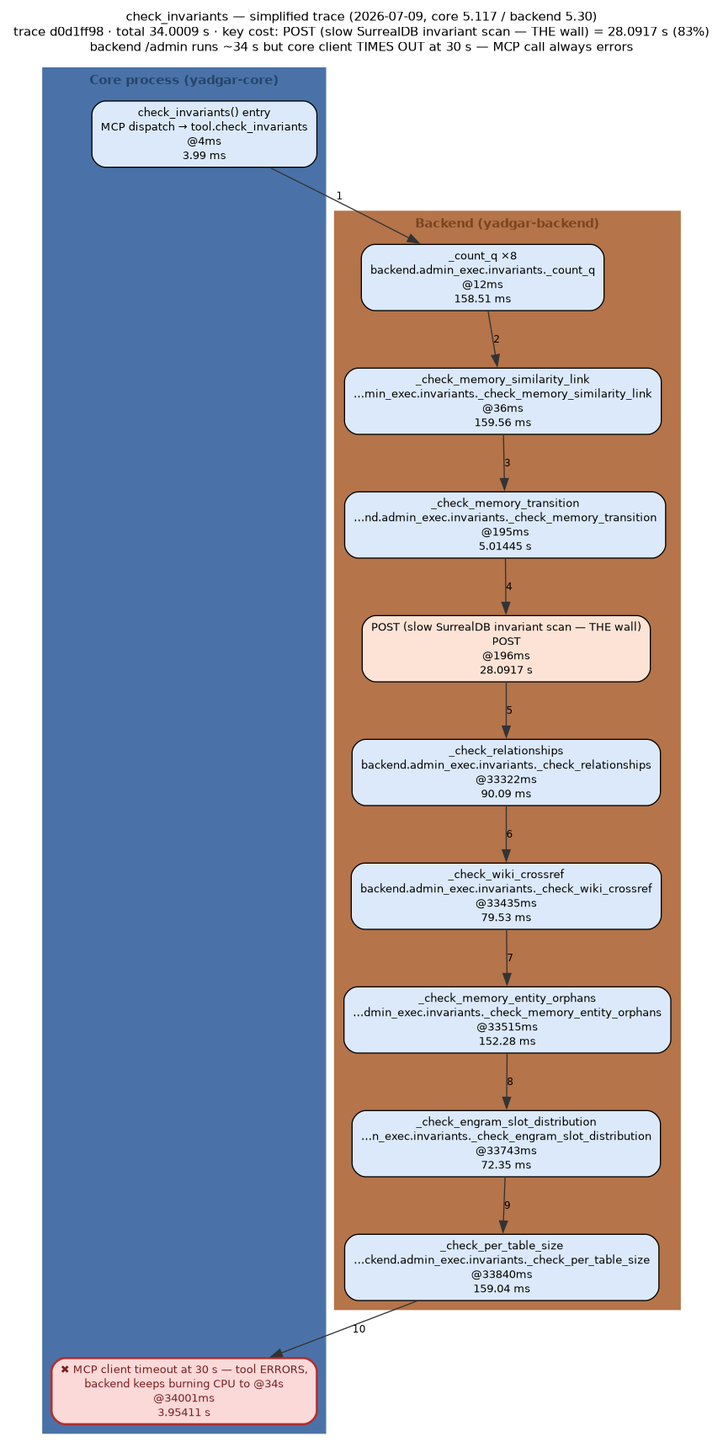
This is docs/diagrams/out/check_invariants-trace-2026-07-09.png from m-agahi/yadgar, a Graphviz export, as it was before one commit. Its source is kept beside it as docs/diagrams/out/check_invariants-trace-2026-07-09.dot. The source it was exported from:
```dot
digraph flow {
  rankdir="TB";
  newrank=true;
  compound=true;
  nodesep=0.35;
  ranksep=0.55;
  graph [fontname="Helvetica", fontsize=11, labelloc="t"];
  node  [fontname="Helvetica", fontsize=10];
  edge  [fontname="Helvetica", fontsize=9];
  label="check_invariants — simplified trace (2026-07-09, core 5.117 / backend 5.30)
trace d0d1ff98 · total 34.0009 s · key cost: POST (slow SurrealDB invariant scan — THE wall) = 28.0917 s (83%)\nbackend /admin runs ~34 s but core client TIMES OUT at 30 s — MCP call always errors";
  subgraph "cluster_core" {
    label="Core process (yadgar-core)";
    style=filled;
    bgcolor="#eef4fb";
    color="#4a72a8";
    fontcolor="#26456b";
    fontname="Helvetica-Bold";
    "entry" [shape="box", style="rounded,filled", fillcolor="#dbe9fb", label="check_invariants() entry\nMCP dispatch → tool.check_invariants\n@4ms\n3.99 ms"];
    "done" [shape="box", style="rounded,filled,bold", fillcolor="#fbd9d9", color="#b03030", fontcolor="#7a1f1f", label="✖ MCP client timeout at 30 s — tool ERRORS,\nbackend keeps burning CPU to @34s\n@34001ms\n3.95411 s"];
  }
  subgraph "cluster_backend" {
    label="Backend (yadgar-backend)";
    style=filled;
    bgcolor="#fbf0ea";
    color="#b5744a";
    fontcolor="#7a4620";
    fontname="Helvetica-Bold";
    "s0" [shape="box", style="rounded,filled", fillcolor="#dbe9fb", label="_count_q ×8\nbackend.admin_exec.invariants._count_q\n@12ms\n158.51 ms"];
    "s1" [shape="box", style="rounded,filled", fillcolor="#dbe9fb", label="_check_memory_similarity_link\n…min_exec.invariants._check_memory_similarity_link\n@36ms\n159.56 ms"];
    "s2" [shape="box", style="rounded,filled", fillcolor="#dbe9fb", label="_check_memory_transition\n…nd.admin_exec.invariants._check_memory_transition\n@195ms\n5.01445 s"];
    "s3" [shape="box", style="rounded,filled", fillcolor="#fce3d6", label="POST (slow SurrealDB invariant scan — THE wall)\nPOST\n@196ms\n28.0917 s"];
    "s4" [shape="box", style="rounded,filled", fillcolor="#dbe9fb", label="_check_relationships\nbackend.admin_exec.invariants._check_relationships\n@33322ms\n90.09 ms"];
    "s5" [shape="box", style="rounded,filled", fillcolor="#dbe9fb", label="_check_wiki_crossref\nbackend.admin_exec.invariants._check_wiki_crossref\n@33435ms\n79.53 ms"];
    "s6" [shape="box", style="rounded,filled", fillcolor="#dbe9fb", label="_check_memory_entity_orphans\n…dmin_exec.invariants._check_memory_entity_orphans\n@33515ms\n152.28 ms"];
    "s7" [shape="box", style="rounded,filled", fillcolor="#dbe9fb", label="_check_engram_slot_distribution\n…n_exec.invariants._check_engram_slot_distribution\n@33743ms\n72.35 ms"];
    "s8" [shape="box", style="rounded,filled", fillcolor="#dbe9fb", label="_check_per_table_size\n…ckend.admin_exec.invariants._check_per_table_size\n@33840ms\n159.04 ms"];
  }
  "entry" -> "s0" [color="#333333", style="solid", label="1"];
  "s0" -> "s1" [color="#333333", style="solid", label="2"];
  "s1" -> "s2" [color="#333333", style="solid", label="3"];
  "s2" -> "s3" [color="#333333", style="solid", label="4"];
  "s3" -> "s4" [color="#333333", style="solid", label="5"];
  "s4" -> "s5" [color="#333333", style="solid", label="6"];
  "s5" -> "s6" [color="#333333", style="solid", label="7"];
  "s6" -> "s7" [color="#333333", style="solid", label="8"];
  "s7" -> "s8" [color="#333333", style="solid", label="9"];
  "s8" -> "done" [color="#333333", style="solid", label="10"];
}
```
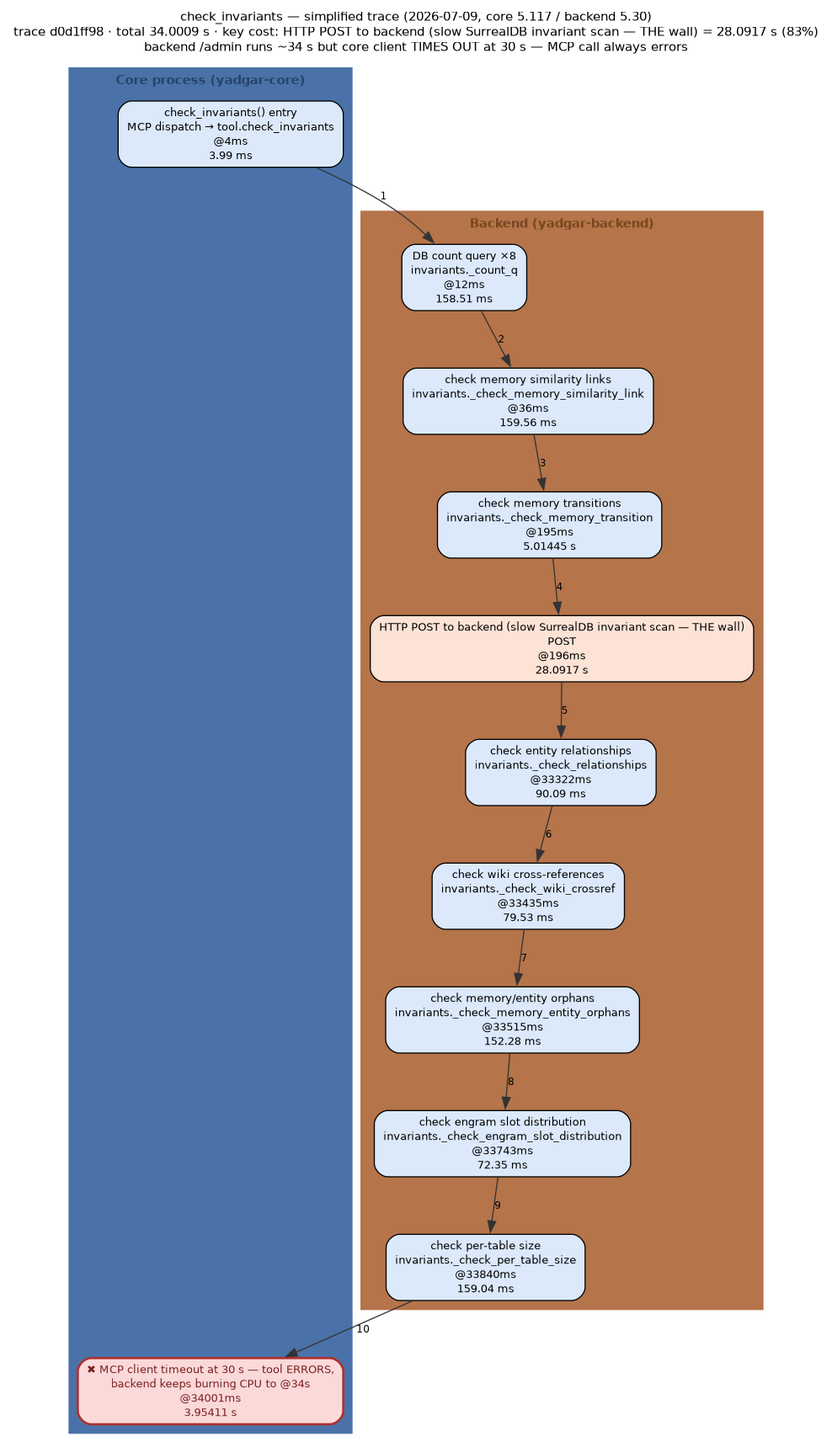
After the change.

Diff of the diagram source:
```diff
@@ -8,7 +8,7 @@
   node  [fontname="Helvetica", fontsize=10];
   edge  [fontname="Helvetica", fontsize=9];
   label="check_invariants — simplified trace (2026-07-09, core 5.117 / backend 5.30)
-trace d0d1ff98 · total 34.0009 s · key cost: POST (slow SurrealDB invariant scan — THE wall) = 28.0917 s (83%)\nbackend /admin runs ~34 s but core client TIMES OUT at 30 s — MCP call always errors";
+trace d0d1ff98 · total 34.0009 s · key cost: HTTP POST to backend (slow SurrealDB invariant scan — THE wall) = 28.0917 s (83%)\nbackend /admin runs ~34 s but core client TIMES OUT at 30 s — MCP call always errors";
   subgraph "cluster_core" {
     label="Core process (yadgar-core)";
     style=filled;
@@ -26,15 +26,15 @@
     color="#b5744a";
     fontcolor="#7a4620";
     fontname="Helvetica-Bold";
-    "s0" [shape="box", style="rounded,filled", fillcolor="#dbe9fb", label="_count_q ×8\nbackend.admin_exec.invariants._count_q\n@12ms\n158.51 ms"];
-    "s1" [shape="box", style="rounded,filled", fillcolor="#dbe9fb", label="_check_memory_similarity_link\n…min_exec.invariants._check_memory_similarity_link\n@36ms\n159.56 ms"];
-    "s2" [shape="box", style="rounded,filled", fillcolor="#dbe9fb", label="_check_memory_transition\n…nd.admin_exec.invariants._check_memory_transition\n@195ms\n5.01445 s"];
-    "s3" [shape="box", style="rounded,filled", fillcolor="#fce3d6", label="POST (slow SurrealDB invariant scan — THE wall)\nPOST\n@196ms\n28.0917 s"];
-    "s4" [shape="box", style="rounded,filled", fillcolor="#dbe9fb", label="_check_relationships\nbackend.admin_exec.invariants._check_relationships\n@33322ms\n90.09 ms"];
-    "s5" [shape="box", style="rounded,filled", fillcolor="#dbe9fb", label="_check_wiki_crossref\nbackend.admin_exec.invariants._check_wiki_crossref\n@33435ms\n79.53 ms"];
-    "s6" [shape="box", style="rounded,filled", fillcolor="#dbe9fb", label="_check_memory_entity_orphans\n…dmin_exec.invariants._check_memory_entity_orphans\n@33515ms\n152.28 ms"];
-    "s7" [shape="box", style="rounded,filled", fillcolor="#dbe9fb", label="_check_engram_slot_distribution\n…n_exec.invariants._check_engram_slot_distribution\n@33743ms\n72.35 ms"];
-    "s8" [shape="box", style="rounded,filled", fillcolor="#dbe9fb", label="_check_per_table_size\n…ckend.admin_exec.invariants._check_per_table_size\n@33840ms\n159.04 ms"];
+    "s0" [shape="box", style="rounded,filled", fillcolor="#dbe9fb", label="DB count query ×8\ninvariants._count_q\n@12ms\n158.51 ms"];
+    "s1" [shape="box", style="rounded,filled", fillcolor="#dbe9fb", label="check memory similarity links\ninvariants._check_memory_similarity_link\n@36ms\n159.56 ms"];
+    "s2" [shape="box", style="rounded,filled", fillcolor="#dbe9fb", label="check memory transitions\ninvariants._check_memory_transition\n@195ms\n5.01445 s"];
+    "s3" [shape="box", style="rounded,filled", fillcolor="#fce3d6", label="HTTP POST to backend (slow SurrealDB invariant scan — THE wall)\nPOST\n@196ms\n28.0917 s"];
+    "s4" [shape="box", style="rounded,filled", fillcolor="#dbe9fb", label="check entity relationships\ninvariants._check_relationships\n@33322ms\n90.09 ms"];
+    "s5" [shape="box", style="rounded,filled", fillcolor="#dbe9fb", label="check wiki cross-references\ninvariants._check_wiki_crossref\n@33435ms\n79.53 ms"];
+    "s6" [shape="box", style="rounded,filled", fillcolor="#dbe9fb", label="check memory/entity orphans\ninvariants._check_memory_entity_orphans\n@33515ms\n152.28 ms"];
+    "s7" [shape="box", style="rounded,filled", fillcolor="#dbe9fb", label="check engram slot distribution\ninvariants._check_engram_slot_distribution\n@33743ms\n72.35 ms"];
+    "s8" [shape="box", style="rounded,filled", fillcolor="#dbe9fb", label="check per-table size\ninvariants._check_per_table_size\n@33840ms\n159.04 ms"];
   }
   "entry" -> "s0" [color="#333333", style="solid", label="1"];
   "s0" -> "s1" [color="#333333", style="solid", label="2"];
```
